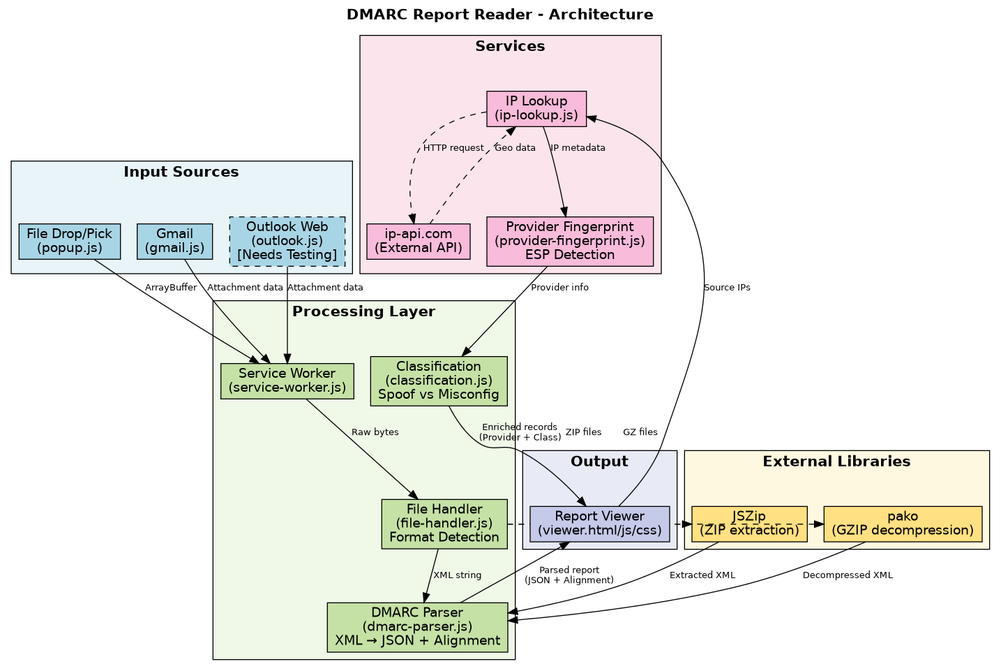
Before: docs/architecture.png, a diagram exported from Graphviz (kimon1230/dmarc_report_reader). Its source is kept beside it as docs/architecture.dot.
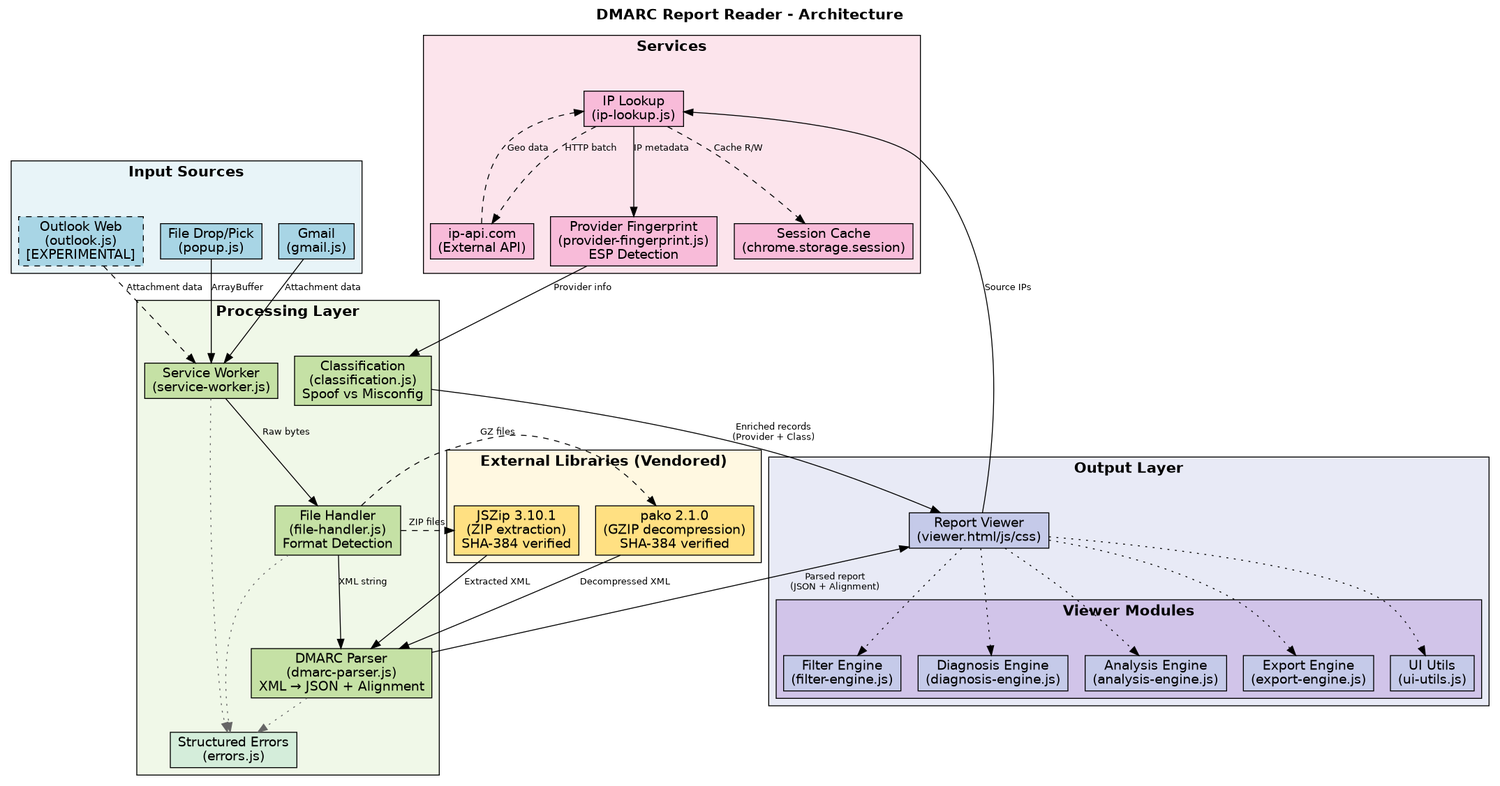
The same diagram one commit later.

Diff of the diagram source:
```diff
@@ -16,7 +16,7 @@
 
         file_drop [label="File Drop/Pick\n(popup.js)"];
         gmail [label="Gmail\n(gmail.js)"];
-        outlook [label="Outlook Web\n(outlook.js)\n[Needs Testing]", style="filled,dashed"];
+        outlook [label="Outlook Web\n(outlook.js)\n[EXPERIMENTAL]", style="filled,dashed"];
     }
 
     subgraph cluster_processing {
@@ -29,16 +29,17 @@
         file_handler [label="File Handler\n(file-handler.js)\nFormat Detection"];
         dmarc_parser [label="DMARC Parser\n(dmarc-parser.js)\nXML → JSON + Alignment"];
         classification [label="Classification\n(classification.js)\nSpoof vs Misconfig"];
+        errors [label="Structured Errors\n(errors.js)", fillcolor="#d4edda"];
     }
 
     subgraph cluster_libraries {
-        label="External Libraries";
+        label="External Libraries (Vendored)";
         style=filled;
         fillcolor="#fff8e1";
         node [fillcolor="#ffe082"];
 
-        jszip [label="JSZip\n(ZIP extraction)"];
-        pako [label="pako\n(GZIP decompression)"];
+        jszip [label="JSZip 3.10.1\n(ZIP extraction)\nSHA-384 verified"];
+        pako [label="pako 2.1.0\n(GZIP decompression)\nSHA-384 verified"];
     }
 
     subgraph cluster_services {
@@ -49,37 +50,60 @@
 
         ip_lookup [label="IP Lookup\n(ip-lookup.js)"];
         ip_api [label="ip-api.com\n(External API)"];
+        session_cache [label="Session Cache\n(chrome.storage.session)"];
         provider_fingerprint [label="Provider Fingerprint\n(provider-fingerprint.js)\nESP Detection"];
     }
 
     subgraph cluster_output {
-        label="Output";
+        label="Output Layer";
         style=filled;
         fillcolor="#e8eaf6";
-        node [fillcolor="#c5cae9"];
 
-        viewer [label="Report Viewer\n(viewer.html/js/css)"];
+        subgraph cluster_viewer_modules {
+            label="Viewer Modules";
+            style=filled;
+            fillcolor="#d1c4e9";
+            node [fillcolor="#c5cae9"];
+
+            ui_utils [label="UI Utils\n(ui-utils.js)"];
+            filter_engine [label="Filter Engine\n(filter-engine.js)"];
+            diagnosis_engine [label="Diagnosis Engine\n(diagnosis-engine.js)"];
+            analysis_engine [label="Analysis Engine\n(analysis-engine.js)"];
+            export_engine [label="Export Engine\n(export-engine.js)"];
+        }
+
+        viewer [label="Report Viewer\n(viewer.html/js/css)", fillcolor="#c5cae9"];
     }
 
     file_drop -> service_worker [label="ArrayBuffer"];
     gmail -> service_worker [label="Attachment data"];
-    outlook -> service_worker [label="Attachment data"];
+    outlook -> service_worker [label="Attachment data", style=dashed];
 
     service_worker -> file_handler [label="Raw bytes"];
+    service_worker -> errors [style=dotted, color="#666666"];
 
     file_handler -> jszip [label="ZIP files", style=dashed];
     file_handler -> pako [label="GZ files", style=dashed];
     file_handler -> dmarc_parser [label="XML string"];
+    file_handler -> errors [style=dotted, color="#666666"];
 
     jszip -> dmarc_parser [label="Extracted XML"];
     pako -> dmarc_parser [label="Decompressed XML"];
 
     dmarc_parser -> viewer [label="Parsed report\n(JSON + Alignment)"];
+    dmarc_parser -> errors [style=dotted, color="#666666"];
 
     viewer -> ip_lookup [label="Source IPs"];
-    ip_lookup -> ip_api [label="HTTP request", style=dashed];
+    ip_lookup -> ip_api [label="HTTP batch", style=dashed];
     ip_api -> ip_lookup [label="Geo data", style=dashed];
+    ip_lookup -> session_cache [label="Cache R/W", style=dashed];
     ip_lookup -> provider_fingerprint [label="IP metadata"];
     provider_fingerprint -> classification [label="Provider info"];
     classification -> viewer [label="Enriched records\n(Provider + Class)"];
+
+    viewer -> ui_utils [style=dotted];
+    viewer -> filter_engine [style=dotted];
+    viewer -> diagnosis_engine [style=dotted];
+    viewer -> analysis_engine [style=dotted];
+    viewer -> export_engine [style=dotted];
 }
```
